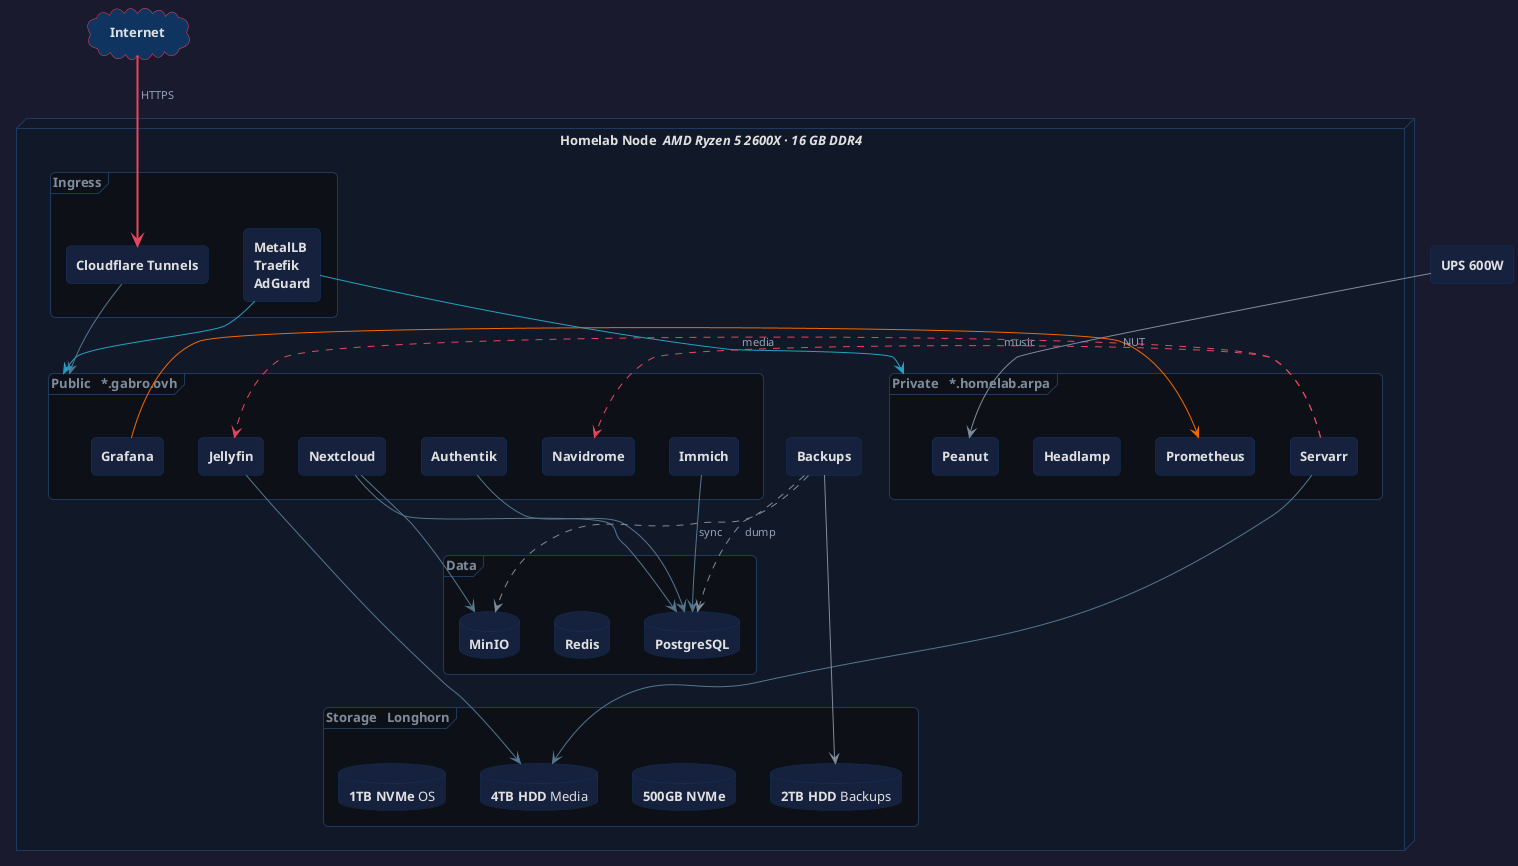
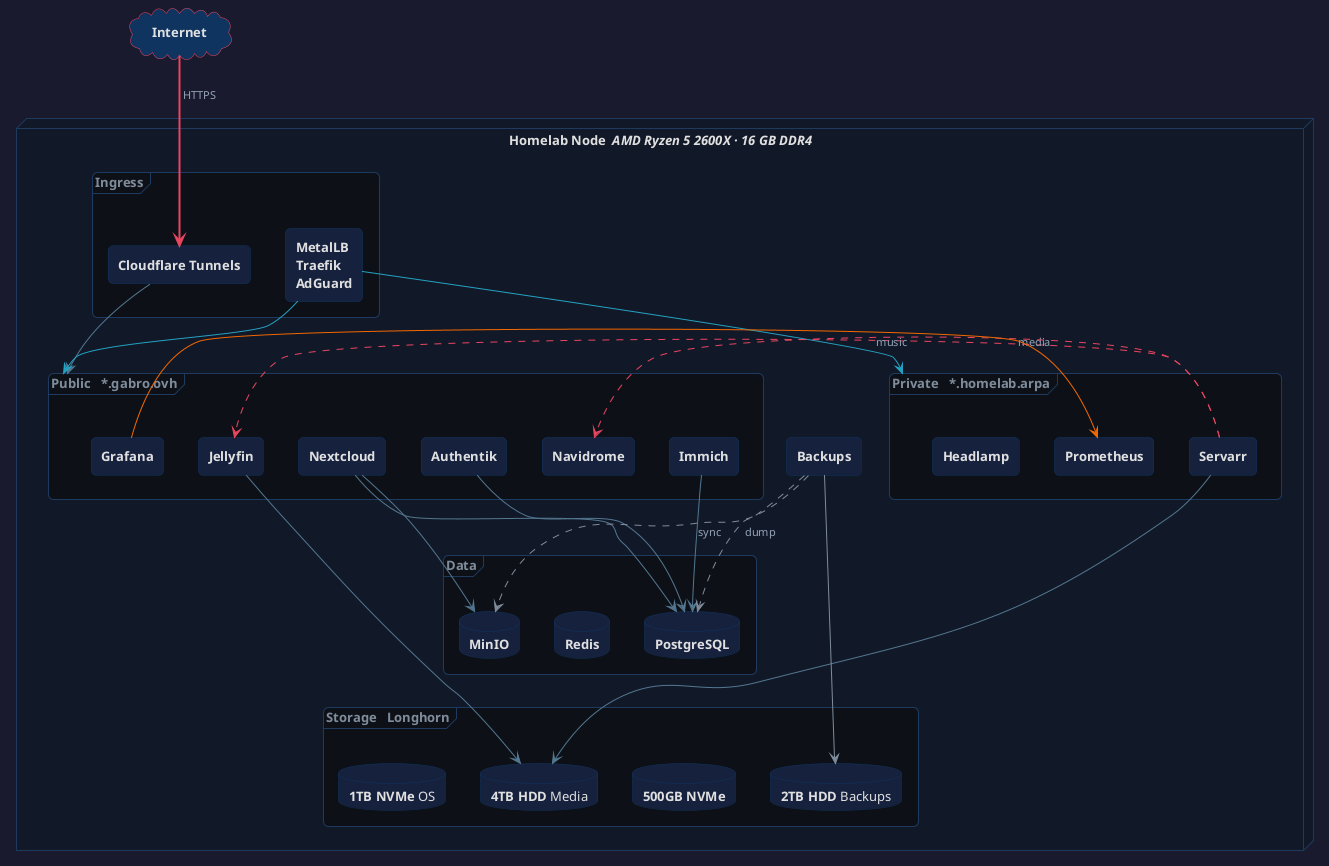
@startuml cluster-schema

skinparam backgroundColor #1a1a2e
skinparam defaultFontColor #e0e0e0
skinparam defaultFontName "Segoe UI"
skinparam defaultFontSize 13
skinparam shadowing false
skinparam roundCorner 10

skinparam rectangle {
  backgroundColor #16213e
  borderColor #0f3460
  fontColor #e0e0e0
}
skinparam database {
  backgroundColor #16213e
  borderColor #0f3460
  fontColor #e0e0e0
}
skinparam cloud {
  backgroundColor #0f3460
  borderColor #e94560
  fontColor #e0e0e0
}
skinparam node {
  backgroundColor #111827
  borderColor #1e3a5f
  fontColor #e0e0e0
}
skinparam frame {
  backgroundColor #0d1117
  borderColor #1e3a5f
  fontColor #7f8c9b
}
skinparam arrow {
  color #537791
  fontColor #94a3b8
  fontSize 11
}

cloud "  **Internet**  " as inet

node "  **Homelab Node**  //AMD Ryzen 5 2600X · 16 GB DDR4//  " {

  frame "Ingress" {
    rectangle "**Cloudflare Tunnels**" as cf
    rectangle "**MetalLB** \n**Traefik**\n**AdGuard**" as netstack
  }

  frame "Public   *.gabro.ovh" as pubframe {
    rectangle "**Jellyfin**" as jf
    rectangle "**Nextcloud**" as nc
    rectangle "**Immich**" as im
    rectangle "**Navidrome**" as nv
    rectangle "**Authentik**" as auth
    rectangle "**Grafana**" as graf
  }

  frame "Private   *.homelab.arpa" as privframe {
    rectangle "**Servarr**" as sarr
    rectangle "**Prometheus**" as prom
    rectangle "**Headlamp**" as hl
-     rectangle "**Peanut**" as pnut
  }

  frame "Data" {
    database "**PostgreSQL**" as pg
    database "**Redis**" as rd
    database "**MinIO**" as s3
  }

  frame "Storage   Longhorn" {
    database "**1TB NVMe** OS" as d1
    database "**500GB NVMe**" as d2
    database "**4TB HDD** Media" as d3
    database "**2TB HDD** Backups" as d4
  }

  rectangle "**Backups**" as bkp
}
- 
- rectangle "**UPS 600W**" as ups

' ─── Ordering ───
cf -[hidden]down-> jf
nc -[hidden]down-> sarr
sarr -[hidden]down-> pg
pg -[hidden]down-> d1

' ─── Connections ───
inet -[#e94560,bold]down-> cf : " HTTPS"
cf -[#537791]down-> pubframe
netstack -[#24A1C1]down-> pubframe
netstack -[#24A1C1]down-> privframe

sarr .[#e94560].> jf : " media"
sarr .[#e94560].> nv : " music"
graf -[#F46800]-> prom

nc -[#537791]down-> pg
nc -[#537791]down-> s3
im -[#537791]down-> pg
auth -[#537791]down-> pg

jf -[#537791]down-> d3
sarr -[#537791]down-> d3
bkp -[#7f8c9b]-> d4
bkp .[#7f8c9b].> pg : " dump"
bkp .[#7f8c9b].> s3 : " sync"

- ups -[#7f8c9b]-> pnut : " NUT"
- 
@enduml
